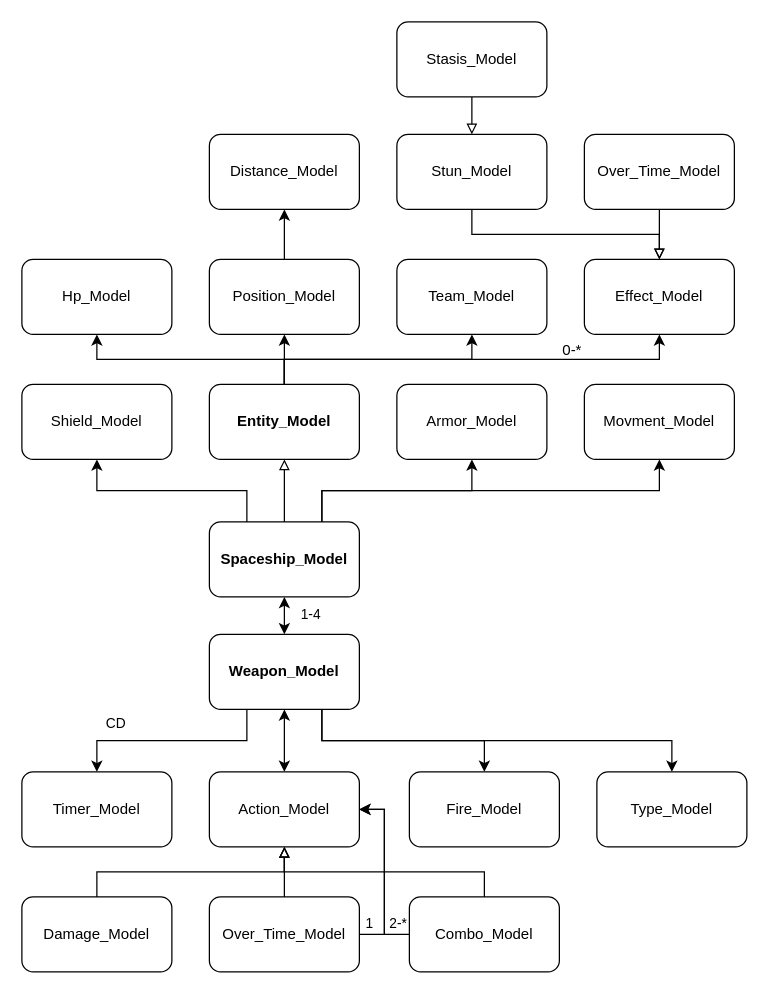
Before: Spaceship.drawio in kipikipoddev/Godot_Tutorial, a draw.io diagram. Source tidied: cells renumbered, new cells numbered last; positions are measured from the earlier drawing's top-left corner, leaving out a move shared by most shapes. Both pictures are drawn from the tidied source at 125%, with x=0, y=0 at pixel (21, 21).
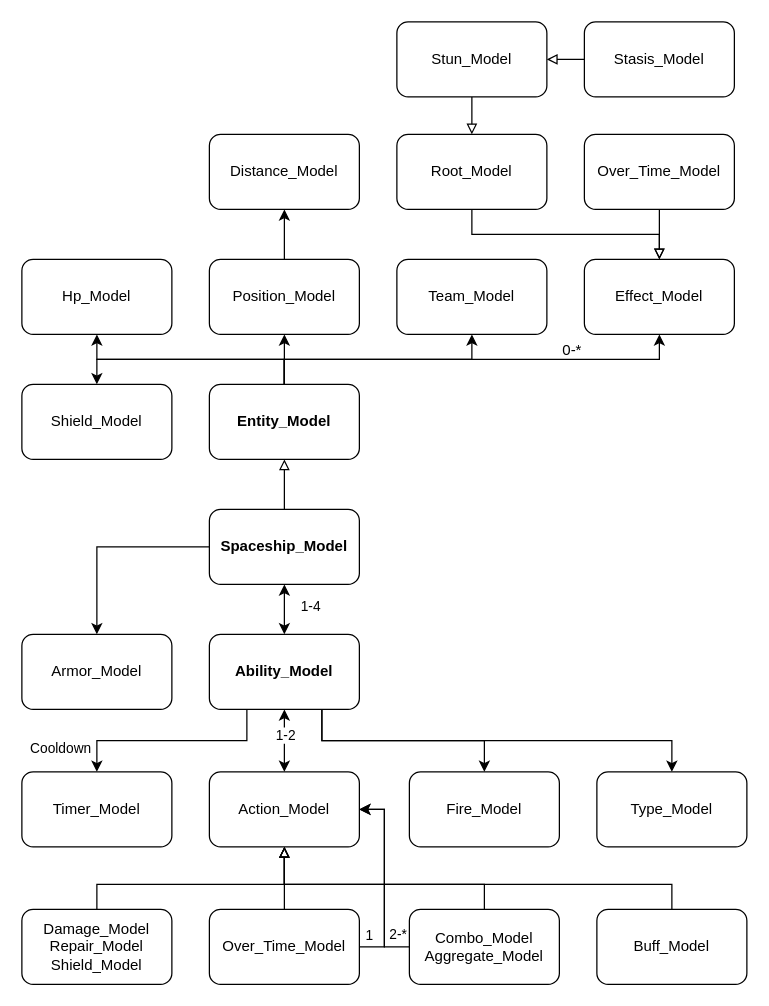
The same page after the edit.

The change refers to these unchanged cells:
```xml
<mxCell id="13" value="&lt;b&gt;Entity_Model&lt;/b&gt;" style="rounded=1;whiteSpace=wrap;html=1;" parent="1" vertex="1">
  <mxGeometry x="150" y="290" width="120" height="60" as="geometry" />
</mxCell>
<mxCell id="19" value="Shield_Model" style="rounded=1;whiteSpace=wrap;html=1;" parent="1" vertex="1">
  <mxGeometry y="290" width="120" height="60" as="geometry" />
</mxCell>
<mxCell id="20" style="edgeStyle=orthogonalEdgeStyle;rounded=0;jettySize=auto;html=1;exitX=0.25;exitY=1;exitDx=0;exitDy=0;" parent="1" edge="1" source="25" target="26">
  <mxGeometry relative="1" as="geometry" />
</mxCell>
<mxCell id="22" style="rounded=0;jettySize=auto;html=1;exitX=0.5;exitY=1;exitDx=0;exitDy=0;entryX=0.5;entryY=0;entryDx=0;entryDy=0;startArrow=classic;startFill=1;" parent="1" edge="1" source="25" target="27">
  <mxGeometry relative="1" as="geometry" />
</mxCell>
<mxCell id="27" value="Action_Model" style="rounded=1;whiteSpace=wrap;html=1;" parent="1" vertex="1">
  <mxGeometry x="150" y="600" width="120" height="60" as="geometry" />
</mxCell>
<mxCell id="31" value="Effect_Model" style="rounded=1;whiteSpace=wrap;html=1;" parent="1" vertex="1">
  <mxGeometry x="450" y="190" width="120" height="60" as="geometry" />
</mxCell>
```

What changed in the source:
```diff
@@
-    <mxCell id="4" style="edgeStyle=orthogonalEdgeStyle;rounded=0;jettySize=auto;html=1;exitX=0.25;exitY=0;exitDx=0;exitDy=0;entryX=0.5;entryY=1;entryDx=0;entryDy=0;" parent="1" edge="1" source="8" target="19">
-      <mxGeometry relative="1" as="geometry" />
-    </mxCell>
+    <mxCell id="6" style="edgeStyle=orthogonalEdgeStyle;rounded=0;jettySize=auto;html=1;exitX=0.5;exitY=0;exitDx=0;exitDy=0;entryX=0.5;entryY=1;entryDx=0;entryDy=0;endArrow=block;endFill=0;" parent="1" edge="1" source="8" target="13">
+      <mxGeometry relative="1" as="geometry" />
+    </mxCell>
-    <mxCell id="5" style="edgeStyle=orthogonalEdgeStyle;rounded=0;jettySize=auto;html=1;exitX=0.75;exitY=0;exitDx=0;exitDy=0;entryX=0.5;entryY=1;entryDx=0;entryDy=0;" parent="1" edge="1" source="8" target="18">
+    <mxCell id="5" style="edgeStyle=orthogonalEdgeStyle;rounded=0;jettySize=auto;html=1;exitX=0;exitY=0.5;exitDx=0;exitDy=0;entryX=0.5;entryY=0;entryDx=0;entryDy=0;" parent="1" edge="1" source="8" target="18">
       <mxGeometry relative="1" as="geometry" />
     </mxCell>
-    <mxCell id="6" style="edgeStyle=orthogonalEdgeStyle;rounded=0;jettySize=auto;html=1;exitX=0.5;exitY=0;exitDx=0;exitDy=0;entryX=0.5;entryY=1;entryDx=0;entryDy=0;endArrow=block;endFill=0;" parent="1" edge="1" source="8" target="13">
-      <mxGeometry relative="1" as="geometry" />
-    </mxCell>
-    <mxCell id="7" style="edgeStyle=orthogonalEdgeStyle;rounded=0;jettySize=auto;html=1;exitX=0.75;exitY=0;exitDx=0;exitDy=0;entryX=0.5;entryY=1;entryDx=0;entryDy=0;" parent="1" edge="1" source="8" target="29">
-      <mxGeometry relative="1" as="geometry" />
-    </mxCell>
     <mxCell id="8" value="&lt;b&gt;Spaceship_Model&lt;/b&gt;" style="rounded=1;whiteSpace=wrap;html=1;" parent="1" vertex="1">
-      <mxGeometry x="150" y="400" width="120" height="60" as="geometry" />
+      <mxGeometry x="150" y="390" width="120" height="60" as="geometry" />
     </mxCell>
@@
+    <mxCell id="50" style="edgeStyle=orthogonalEdgeStyle;rounded=0;jettySize=auto;html=1;exitX=0.5;exitY=0;exitDx=0;exitDy=0;entryX=0.5;entryY=0;entryDx=0;entryDy=0;" parent="1" edge="1" source="13" target="19">
+      <mxGeometry relative="1" as="geometry" />
+    </mxCell>
@@
     <mxCell id="18" value="Armor_Model" style="rounded=1;whiteSpace=wrap;html=1;" parent="1" vertex="1">
-      <mxGeometry x="300" y="290" width="120" height="60" as="geometry" />
+      <mxGeometry y="490" width="120" height="60" as="geometry" />
     </mxCell>
@@
-    <mxCell id="21" value="CD" style="edgeLabel;html=1;align=center;verticalAlign=middle;" parent="20" vertex="1">
+    <mxCell id="21" value="Cooldown" style="edgeLabel;html=1;align=center;verticalAlign=middle;" parent="20" vertex="1">
       <mxGeometry x="-0.06" y="-1" relative="1" as="geometry">
-        <mxPoint x="-51" y="-14" as="offset" />
+        <mxPoint x="-95" y="6" as="offset" />
       </mxGeometry>
     </mxCell>
@@
+    <mxCell id="51" value="1-2" style="edgeLabel;html=1;align=center;verticalAlign=middle;" parent="22" vertex="1">
+      <mxGeometry x="-0.2" relative="1" as="geometry" />
+    </mxCell>
@@
-    <mxCell id="25" value="&lt;b&gt;Weapon_Model&lt;/b&gt;" style="rounded=1;whiteSpace=wrap;html=1;" parent="1" vertex="1">
+    <mxCell id="25" value="&lt;b&gt;Ability_Model&lt;/b&gt;" style="rounded=1;whiteSpace=wrap;html=1;" parent="1" vertex="1">
       <mxGeometry x="150" y="490" width="120" height="60" as="geometry" />
     </mxCell>
@@
-    <mxCell id="29" value="Movment_Model" style="rounded=1;whiteSpace=wrap;html=1;" parent="1" vertex="1">
-      <mxGeometry x="450" y="290" width="120" height="60" as="geometry" />
-    </mxCell>
@@
     <mxCell id="34" style="edgeStyle=orthogonalEdgeStyle;rounded=0;jettySize=auto;html=1;exitX=0.5;exitY=0;exitDx=0;exitDy=0;entryX=0.5;entryY=1;entryDx=0;entryDy=0;endArrow=block;endFill=0;" parent="1" edge="1" source="35" target="27">
-      <mxGeometry relative="1" as="geometry" />
+      <mxGeometry relative="1" as="geometry">
+        <Array as="points">
+          <mxPoint x="60" y="690" />
+          <mxPoint x="210" y="690" />
+        </Array>
+      </mxGeometry>
     </mxCell>
-    <mxCell id="35" value="Damage_Model" style="rounded=1;whiteSpace=wrap;html=1;" parent="1" vertex="1">
-      <mxGeometry y="700" width="120" height="60" as="geometry" />
+    <mxCell id="35" value="Damage_Model&lt;div&gt;Repair_Model&lt;br&gt;&lt;/div&gt;&lt;div&gt;Shield_Model&lt;br&gt;&lt;/div&gt;" style="rounded=1;whiteSpace=wrap;html=1;" parent="1" vertex="1">
+      <mxGeometry y="710" width="120" height="60" as="geometry" />
     </mxCell>
@@
     <mxCell id="38" value="Over_Time_Model" style="rounded=1;whiteSpace=wrap;html=1;" parent="1" vertex="1">
-      <mxGeometry x="150" y="700" width="120" height="60" as="geometry" />
+      <mxGeometry x="150" y="710" width="120" height="60" as="geometry" />
     </mxCell>
     <mxCell id="39" style="edgeStyle=orthogonalEdgeStyle;rounded=0;jettySize=auto;html=1;exitX=0;exitY=0.5;exitDx=0;exitDy=0;entryX=1;entryY=0.5;entryDx=0;entryDy=0;" parent="1" edge="1" source="41" target="27">
       <mxGeometry relative="1" as="geometry">
         <Array as="points">
-          <mxPoint x="290" y="730" />
+          <mxPoint x="290" y="740" />
           <mxPoint x="290" y="630" />
         </Array>
       </mxGeometry>
     </mxCell>
     <mxCell id="40" value="2-*" style="edgeLabel;html=1;align=center;verticalAlign=middle;" parent="39" vertex="1">
       <mxGeometry x="-0.42" relative="1" as="geometry">
-        <mxPoint x="10" y="11" as="offset" />
+        <mxPoint x="10" y="13" as="offset" />
       </mxGeometry>
     </mxCell>
-    <mxCell id="41" value="Combo_Model" style="rounded=1;whiteSpace=wrap;html=1;" parent="1" vertex="1">
-      <mxGeometry x="310" y="700" width="120" height="60" as="geometry" />
+    <mxCell id="41" value="Combo_Model&lt;div&gt;Aggregate_Model&lt;br&gt;&lt;/div&gt;" style="rounded=1;whiteSpace=wrap;html=1;" parent="1" vertex="1">
+      <mxGeometry x="310" y="710" width="120" height="60" as="geometry" />
     </mxCell>
@@
     <mxCell id="43" style="edgeStyle=orthogonalEdgeStyle;rounded=0;jettySize=auto;html=1;exitX=0.5;exitY=0;exitDx=0;exitDy=0;entryX=0.5;entryY=1;entryDx=0;entryDy=0;endArrow=block;endFill=0;" parent="1" edge="1" source="41" target="27">
-      <mxGeometry relative="1" as="geometry" />
+      <mxGeometry relative="1" as="geometry">
+        <Array as="points">
+          <mxPoint x="370" y="690" />
+          <mxPoint x="210" y="690" />
+        </Array>
+      </mxGeometry>
     </mxCell>
-    <mxCell id="44" style="edgeStyle=orthogonalEdgeStyle;rounded=0;jettySize=auto;html=1;exitX=0.5;exitY=1;exitDx=0;exitDy=0;entryX=0.5;entryY=0;entryDx=0;entryDy=0;endArrow=block;endFill=0;" parent="1" edge="1" source="45" target="31">
-      <mxGeometry relative="1" as="geometry" />
-    </mxCell>
+    <mxCell id="52" style="edgeStyle=orthogonalEdgeStyle;rounded=0;jettySize=auto;html=1;exitX=0.5;exitY=1;exitDx=0;exitDy=0;entryX=0.5;entryY=0;entryDx=0;entryDy=0;endArrow=block;endFill=0;" parent="1" edge="1" source="45" target="54">
+      <mxGeometry relative="1" as="geometry" />
+    </mxCell>
     <mxCell id="45" value="Stun_Model" style="rounded=1;whiteSpace=wrap;html=1;" parent="1" vertex="1">
-      <mxGeometry x="300" y="90" width="120" height="60" as="geometry" />
+      <mxGeometry x="300" width="120" height="60" as="geometry" />
     </mxCell>
@@
-    <mxCell id="48" style="edgeStyle=orthogonalEdgeStyle;rounded=0;jettySize=auto;html=1;exitX=0.5;exitY=1;exitDx=0;exitDy=0;entryX=0.5;entryY=0;entryDx=0;entryDy=0;endArrow=block;endFill=0;" parent="1" edge="1" source="49" target="45">
+    <mxCell id="48" style="edgeStyle=orthogonalEdgeStyle;rounded=0;jettySize=auto;html=1;exitX=0;exitY=0.5;exitDx=0;exitDy=0;entryX=1;entryY=0.5;entryDx=0;entryDy=0;endArrow=block;endFill=0;" parent="1" edge="1" source="49" target="45">
       <mxGeometry relative="1" as="geometry" />
     </mxCell>
     <mxCell id="49" value="Stasis_Model" style="rounded=1;whiteSpace=wrap;html=1;" parent="1" vertex="1">
-      <mxGeometry x="300" width="120" height="60" as="geometry" />
+      <mxGeometry x="450" width="120" height="60" as="geometry" />
     </mxCell>
+    <mxCell id="53" style="edgeStyle=orthogonalEdgeStyle;rounded=0;jettySize=auto;html=1;exitX=0.5;exitY=1;exitDx=0;exitDy=0;entryX=0.5;entryY=0;entryDx=0;entryDy=0;endArrow=block;endFill=0;" parent="1" edge="1" source="54" target="31">
+      <mxGeometry relative="1" as="geometry" />
+    </mxCell>
+    <mxCell id="54" value="Root_Model" style="rounded=1;whiteSpace=wrap;html=1;" parent="1" vertex="1">
+      <mxGeometry x="300" y="90" width="120" height="60" as="geometry" />
+    </mxCell>
+    <mxCell id="55" value="Buff_Model" style="rounded=1;whiteSpace=wrap;html=1;" parent="1" vertex="1">
+      <mxGeometry x="460" y="710" width="120" height="60" as="geometry" />
+    </mxCell>
+    <mxCell id="56" style="edgeStyle=orthogonalEdgeStyle;rounded=0;jettySize=auto;html=1;exitX=0.5;exitY=0;exitDx=0;exitDy=0;endArrow=block;endFill=0;" parent="1" edge="1" source="55">
+      <mxGeometry relative="1" as="geometry">
+        <mxPoint x="210" y="660" as="targetPoint" />
+        <Array as="points">
+          <mxPoint x="520" y="690" />
+          <mxPoint x="210" y="690" />
+        </Array>
+      </mxGeometry>
+    </mxCell>
```
